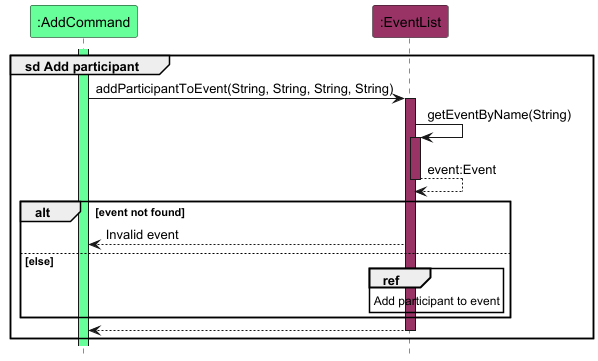
Above: docs/images/AddParticipantSequenceDiagram.png in nus-cs2113-AY2425S1/tp (PlantUML), before the change.
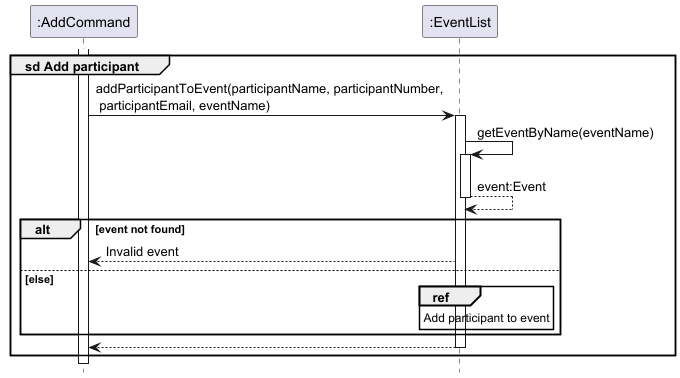
The same diagram one commit later.

Change to the diagram source:
```diff
@@ -2,16 +2,16 @@
 !include style.puml
 hide footbox
 
-participant ":AddCommand" as command COMMAND_COLOUR
-participant ":EventList" as eventList EVENT_COLOUR
+participant ":AddCommand" as command
+participant ":EventList" as eventList
 
 group sd Add participant
-    activate command COMMAND_COLOUR
-    command -> eventList : addParticipantToEvent(String, String, String, String)
-    activate eventList EVENT_COLOUR
+    activate command
+    command -> eventList : addParticipantToEvent(participantName, participantNumber,\n participantEmail, eventName)
+    activate eventList
 
-    eventList -> eventList : getEventByName(String)
-    activate eventList EVENT_COLOUR
+    eventList -> eventList : getEventByName(eventName)
+    activate eventList
 
     return event:Event
 
```
